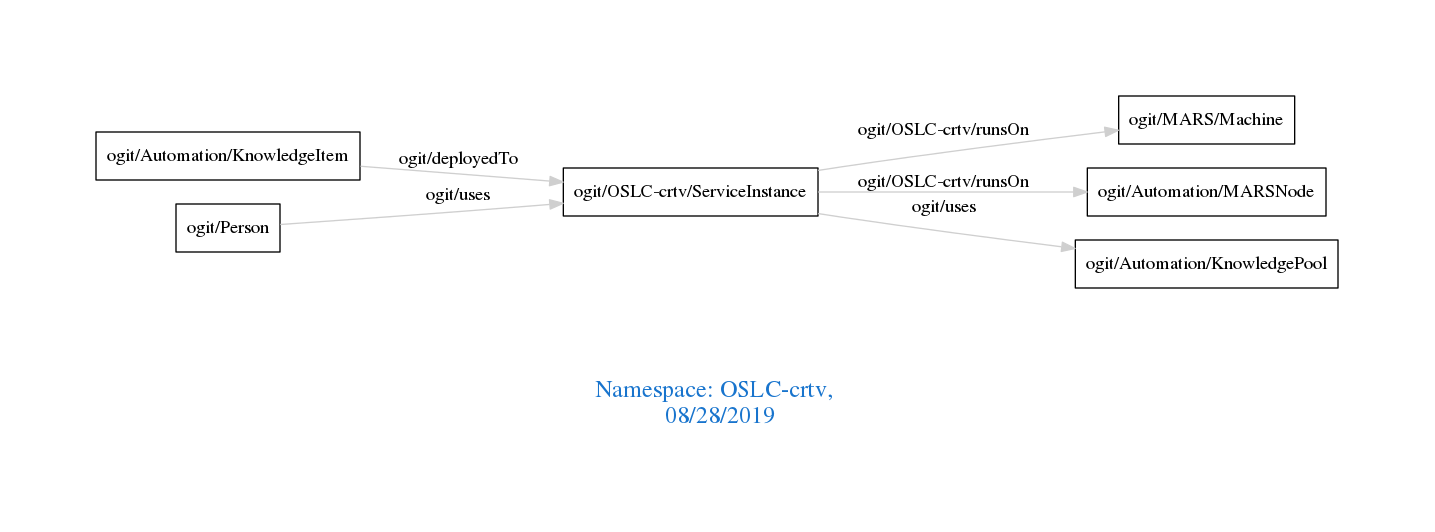
Earlier version of the Graphviz export downloads/OSLC-crtv.png (arago/OGIT). Its source is kept beside it as downloads/OSLC-crtv.dot.
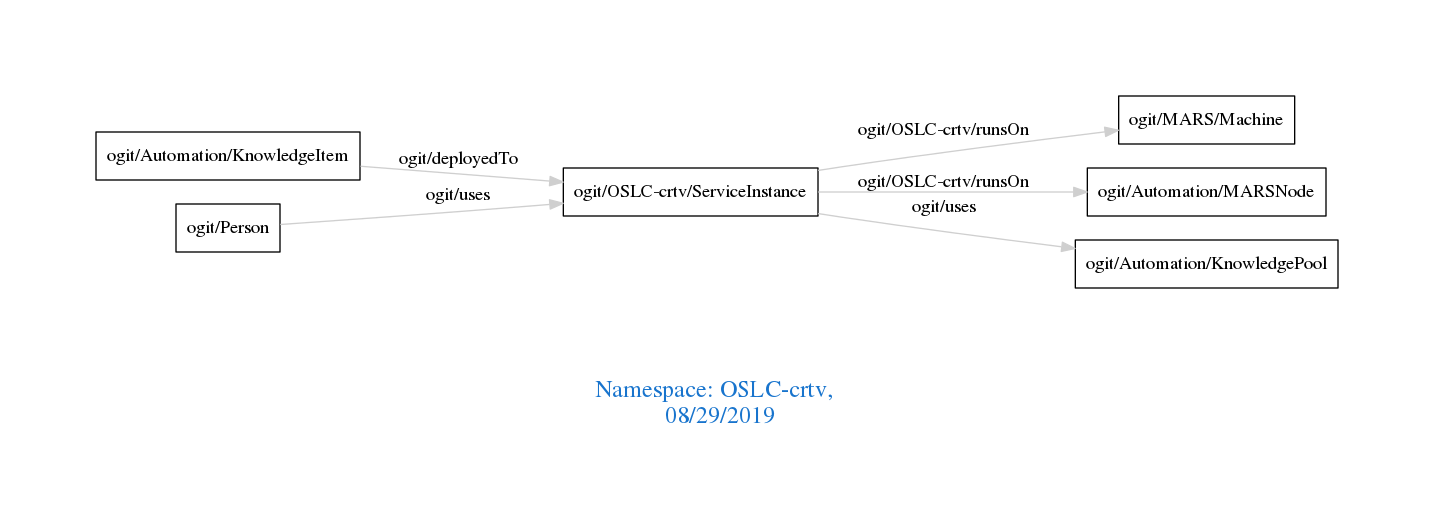
After the change.

The edit, as a diff of the source:
```diff
@@ -1,7 +1,7 @@
 digraph OGIT_ontology {
  graph [ rankdir= LR,pad=1
 fontsize = 18,
-fontcolor= dodgerblue3,label = "\n\n\nNamespace: OSLC-crtv, \n 08/28/2019"];
+fontcolor= dodgerblue3,label = "\n\n\nNamespace: OSLC-crtv, \n 08/29/2019"];
 node[shape=polygon];
 edge [  color="gray81"];
 
```
